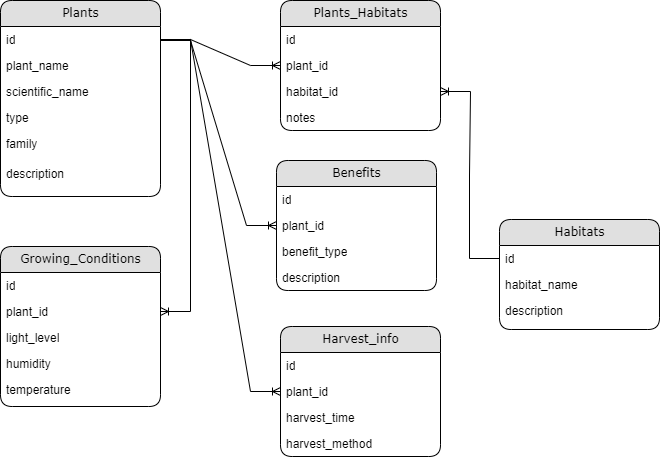
This is data_model.png from Crabikk/flora, a draw.io export, as it was before one commit. Source tidied: cells renumbered, new cells last; positions are measured from the earlier drawing's top-left corner, leaving out a move shared by most shapes.
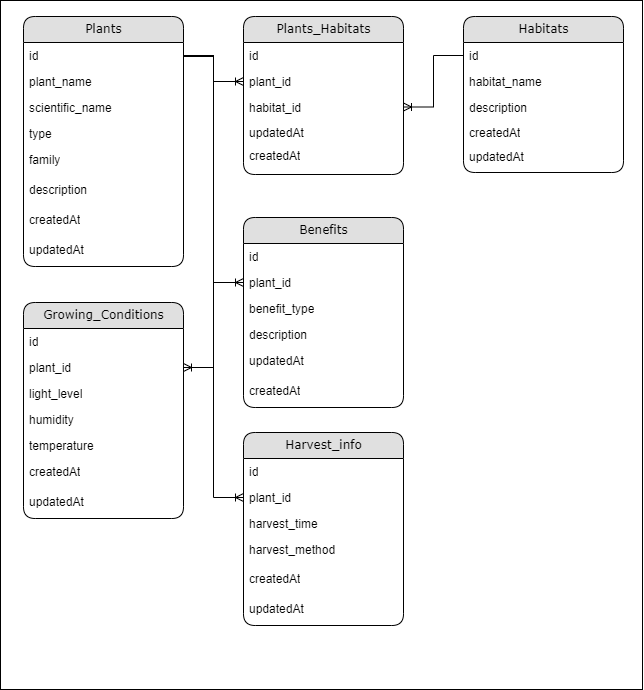
The same file after the commit.

Commit message:
обновление модели базы данных

Change to the diagram source:
```diff
@@ -2,8 +2,11 @@
   <root>
     <mxCell id="0" />
     <mxCell id="1" parent="0" />
+    <mxCell id="39" style="whiteSpace=wrap;html=1;" parent="1" vertex="1">
+      <mxGeometry x="98" y="60" width="642" height="689" as="geometry" />
+    </mxCell>
     <mxCell id="2" value="Plants" style="swimlane;html=1;fontStyle=0;horizontal=1;startSize=26;fillColor=#e0e0e0;swimlaneFillColor=#ffffff;align=center;rounded=1;shadow=0;comic=0;labelBackgroundColor=none;strokeWidth=1;fontFamily=Verdana;fontSize=12;" parent="1" vertex="1">
-      <mxGeometry width="160" height="196" as="geometry" />
+      <mxGeometry x="121" y="76" width="160" height="250" as="geometry" />
     </mxCell>
     <mxCell id="3" value="id" style="text;html=1;strokeColor=none;fillColor=none;spacingLeft=4;spacingRight=4;whiteSpace=wrap;overflow=hidden;points=[[0,0.5],[1,0.5]];portConstraint=eastwest;" parent="2" vertex="1">
       <mxGeometry y="26" width="160" height="26" as="geometry" />
@@ -23,8 +26,14 @@
     <mxCell id="8" value="description&lt;div&gt;&lt;br&gt;&lt;/div&gt;" style="text;html=1;strokeColor=none;fillColor=none;spacingLeft=4;spacingRight=4;whiteSpace=wrap;overflow=hidden;" parent="2" vertex="1">
       <mxGeometry y="160" width="160" height="30" as="geometry" />
     </mxCell>
+    <mxCell id="40" value="&lt;div&gt;createdAt&lt;/div&gt;" style="text;html=1;strokeColor=none;fillColor=none;spacingLeft=4;spacingRight=4;whiteSpace=wrap;overflow=hidden;" parent="2" vertex="1">
+      <mxGeometry y="190" width="160" height="30" as="geometry" />
+    </mxCell>
+    <mxCell id="41" value="&lt;div&gt;updatedAt&lt;/div&gt;" style="text;html=1;strokeColor=none;fillColor=none;spacingLeft=4;spacingRight=4;whiteSpace=wrap;overflow=hidden;" parent="2" vertex="1">
+      <mxGeometry y="220" width="160" height="30" as="geometry" />
+    </mxCell>
     <mxCell id="9" value="Habitats" style="swimlane;html=1;fontStyle=0;horizontal=1;startSize=26;fillColor=#e0e0e0;swimlaneFillColor=#ffffff;align=center;rounded=1;shadow=0;comic=0;labelBackgroundColor=none;strokeWidth=1;fontFamily=Verdana;fontSize=12;" parent="1" vertex="1">
-      <mxGeometry x="499" y="219" width="160" height="110" as="geometry" />
+      <mxGeometry x="561" y="76" width="160" height="156" as="geometry" />
     </mxCell>
     <mxCell id="10" value="id" style="text;html=1;strokeColor=none;fillColor=none;spacingLeft=4;spacingRight=4;whiteSpace=wrap;overflow=hidden;points=[[0,0.5],[1,0.5]];portConstraint=eastwest;" parent="9" vertex="1">
       <mxGeometry y="26" width="160" height="26" as="geometry" />
@@ -33,10 +42,16 @@
       <mxGeometry y="52" width="160" height="26" as="geometry" />
     </mxCell>
     <mxCell id="12" value="description" style="text;html=1;strokeColor=none;fillColor=none;spacingLeft=4;spacingRight=4;whiteSpace=wrap;overflow=hidden;" parent="9" vertex="1">
-      <mxGeometry y="78" width="160" height="26" as="geometry" />
+      <mxGeometry y="78" width="160" height="25" as="geometry" />
     </mxCell>
+    <mxCell id="42" value="&lt;div&gt;createdAt&lt;/div&gt;" style="text;html=1;strokeColor=none;fillColor=none;spacingLeft=4;spacingRight=4;whiteSpace=wrap;overflow=hidden;" parent="9" vertex="1">
+      <mxGeometry y="103" width="160" height="24" as="geometry" />
+    </mxCell>
+    <mxCell id="43" value="&lt;div&gt;updatedAt&lt;/div&gt;" style="text;html=1;strokeColor=none;fillColor=none;spacingLeft=4;spacingRight=4;whiteSpace=wrap;overflow=hidden;" parent="9" vertex="1">
+      <mxGeometry y="127" width="160" height="29" as="geometry" />
+    </mxCell>
     <mxCell id="13" value="Plants_Habitats" style="swimlane;html=1;fontStyle=0;horizontal=1;startSize=26;fillColor=#e0e0e0;swimlaneFillColor=#ffffff;align=center;rounded=1;shadow=0;comic=0;labelBackgroundColor=none;strokeWidth=1;fontFamily=Verdana;fontSize=12;" parent="1" vertex="1">
-      <mxGeometry x="280" width="160" height="130" as="geometry" />
+      <mxGeometry x="341" y="76" width="160" height="158" as="geometry" />
     </mxCell>
     <mxCell id="14" value="id" style="text;html=1;strokeColor=none;fillColor=none;spacingLeft=4;spacingRight=4;whiteSpace=wrap;overflow=hidden;" parent="13" vertex="1">
       <mxGeometry y="26" width="160" height="26" as="geometry" />
@@ -45,13 +60,16 @@
       <mxGeometry y="52" width="160" height="26" as="geometry" />
     </mxCell>
     <mxCell id="16" value="habitat_id" style="text;html=1;strokeColor=none;fillColor=none;spacingLeft=4;spacingRight=4;whiteSpace=wrap;overflow=hidden;points=[[0,0.5],[1,0.5]];portConstraint=eastwest;" parent="13" vertex="1">
-      <mxGeometry y="78" width="160" height="26" as="geometry" />
+      <mxGeometry y="78" width="160" height="25" as="geometry" />
     </mxCell>
-    <mxCell id="17" value="&lt;div&gt;notes&lt;/div&gt;" style="text;html=1;strokeColor=none;fillColor=none;spacingLeft=4;spacingRight=4;whiteSpace=wrap;overflow=hidden;" parent="13" vertex="1">
-      <mxGeometry y="104" width="160" height="26" as="geometry" />
-    </mxCell>
+    <mxCell id="44" value="&lt;div&gt;updatedAt&lt;/div&gt;" style="text;html=1;strokeColor=none;fillColor=none;spacingLeft=4;spacingRight=4;whiteSpace=wrap;overflow=hidden;" parent="13" vertex="1">
+      <mxGeometry y="103" width="160" height="23" as="geometry" />
+    </mxCell>
+    <mxCell id="45" value="&lt;div&gt;createdAt&lt;/div&gt;" style="text;html=1;strokeColor=none;fillColor=none;spacingLeft=4;spacingRight=4;whiteSpace=wrap;overflow=hidden;" parent="13" vertex="1">
+      <mxGeometry y="126" width="160" height="25" as="geometry" />
+    </mxCell>
     <mxCell id="18" value="Growing_Conditions" style="swimlane;html=1;fontStyle=0;horizontal=1;startSize=26;fillColor=#e0e0e0;swimlaneFillColor=#ffffff;align=center;rounded=1;shadow=0;comic=0;labelBackgroundColor=none;strokeWidth=1;fontFamily=Verdana;fontSize=12;" parent="1" vertex="1">
-      <mxGeometry y="246" width="160" height="160" as="geometry" />
+      <mxGeometry x="121" y="362" width="160" height="216" as="geometry" />
     </mxCell>
     <mxCell id="19" value="id" style="text;html=1;strokeColor=none;fillColor=none;spacingLeft=4;spacingRight=4;whiteSpace=wrap;overflow=hidden;" parent="18" vertex="1">
       <mxGeometry y="26" width="160" height="26" as="geometry" />
@@ -66,10 +84,16 @@
       <mxGeometry y="104" width="160" height="26" as="geometry" />
     </mxCell>
     <mxCell id="23" value="temperature" style="text;html=1;strokeColor=none;fillColor=none;spacingLeft=4;spacingRight=4;whiteSpace=wrap;overflow=hidden;" parent="18" vertex="1">
-      <mxGeometry y="130" width="160" height="30" as="geometry" />
+      <mxGeometry y="130" width="160" height="26" as="geometry" />
     </mxCell>
+    <mxCell id="46" value="&lt;div&gt;createdAt&lt;/div&gt;" style="text;html=1;strokeColor=none;fillColor=none;spacingLeft=4;spacingRight=4;whiteSpace=wrap;overflow=hidden;" parent="18" vertex="1">
+      <mxGeometry y="156" width="160" height="30" as="geometry" />
+    </mxCell>
+    <mxCell id="47" value="&lt;div&gt;updatedAt&lt;/div&gt;" style="text;html=1;strokeColor=none;fillColor=none;spacingLeft=4;spacingRight=4;whiteSpace=wrap;overflow=hidden;" parent="18" vertex="1">
+      <mxGeometry y="186" width="160" height="30" as="geometry" />
+    </mxCell>
     <mxCell id="24" value="Benefits" style="swimlane;html=1;fontStyle=0;horizontal=1;startSize=26;fillColor=#e0e0e0;swimlaneFillColor=#ffffff;align=center;rounded=1;shadow=0;comic=0;labelBackgroundColor=none;strokeWidth=1;fontFamily=Verdana;fontSize=12;" parent="1" vertex="1">
-      <mxGeometry x="276" y="160" width="160" height="130" as="geometry" />
+      <mxGeometry x="341" y="277" width="160" height="190" as="geometry" />
     </mxCell>
     <mxCell id="25" value="id" style="text;html=1;strokeColor=none;fillColor=none;spacingLeft=4;spacingRight=4;whiteSpace=wrap;overflow=hidden;" parent="24" vertex="1">
       <mxGeometry y="26" width="160" height="26" as="geometry" />
@@ -83,8 +107,14 @@
     <mxCell id="28" value="&lt;div&gt;description&lt;/div&gt;" style="text;html=1;strokeColor=none;fillColor=none;spacingLeft=4;spacingRight=4;whiteSpace=wrap;overflow=hidden;" parent="24" vertex="1">
       <mxGeometry y="104" width="160" height="26" as="geometry" />
     </mxCell>
+    <mxCell id="48" value="&lt;div&gt;updatedAt&lt;/div&gt;" style="text;html=1;strokeColor=none;fillColor=none;spacingLeft=4;spacingRight=4;whiteSpace=wrap;overflow=hidden;" parent="24" vertex="1">
+      <mxGeometry y="130" width="160" height="30" as="geometry" />
+    </mxCell>
+    <mxCell id="49" value="&lt;div&gt;createdAt&lt;/div&gt;" style="text;html=1;strokeColor=none;fillColor=none;spacingLeft=4;spacingRight=4;whiteSpace=wrap;overflow=hidden;" parent="24" vertex="1">
+      <mxGeometry y="160" width="160" height="30" as="geometry" />
+    </mxCell>
     <mxCell id="29" value="Harvest_info" style="swimlane;html=1;fontStyle=0;horizontal=1;startSize=26;fillColor=#e0e0e0;swimlaneFillColor=#ffffff;align=center;rounded=1;shadow=0;comic=0;labelBackgroundColor=none;strokeWidth=1;fontFamily=Verdana;fontSize=12;" parent="1" vertex="1">
-      <mxGeometry x="280" y="326" width="160" height="130" as="geometry" />
+      <mxGeometry x="341" y="492" width="160" height="193" as="geometry" />
     </mxCell>
     <mxCell id="30" value="id" style="text;html=1;strokeColor=none;fillColor=none;spacingLeft=4;spacingRight=4;whiteSpace=wrap;overflow=hidden;" parent="29" vertex="1">
       <mxGeometry y="26" width="160" height="26" as="geometry" />
@@ -96,31 +126,37 @@
       <mxGeometry y="78" width="160" height="26" as="geometry" />
     </mxCell>
     <mxCell id="33" value="&lt;div&gt;harvest_method&lt;/div&gt;&lt;div&gt;&lt;br&gt;&lt;/div&gt;" style="text;html=1;strokeColor=none;fillColor=none;spacingLeft=4;spacingRight=4;whiteSpace=wrap;overflow=hidden;" parent="29" vertex="1">
-      <mxGeometry y="104" width="160" height="26" as="geometry" />
+      <mxGeometry y="104" width="160" height="29" as="geometry" />
     </mxCell>
+    <mxCell id="50" value="&lt;div&gt;createdAt&lt;/div&gt;" style="text;html=1;strokeColor=none;fillColor=none;spacingLeft=4;spacingRight=4;whiteSpace=wrap;overflow=hidden;" parent="29" vertex="1">
+      <mxGeometry y="133" width="160" height="30" as="geometry" />
+    </mxCell>
+    <mxCell id="51" value="&lt;div&gt;updatedAt&lt;/div&gt;" style="text;html=1;strokeColor=none;fillColor=none;spacingLeft=4;spacingRight=4;whiteSpace=wrap;overflow=hidden;" parent="29" vertex="1">
+      <mxGeometry y="163" width="160" height="30" as="geometry" />
+    </mxCell>
     <mxCell id="34" style="edgeStyle=entityRelationEdgeStyle;fontSize=12;html=1;endArrow=ERoneToMany;rounded=0;exitX=1;exitY=0.5;exitDx=0;exitDy=0;entryX=0;entryY=0.5;entryDx=0;entryDy=0;" parent="1" edge="1" source="3" target="15">
       <mxGeometry relative="1" as="geometry" />
     </mxCell>
     <mxCell id="35" style="edgeStyle=entityRelationEdgeStyle;fontSize=12;html=1;endArrow=ERoneToMany;rounded=0;entryX=0;entryY=0.5;entryDx=0;entryDy=0;" parent="1" edge="1" target="26">
       <mxGeometry relative="1" as="geometry">
-        <mxPoint x="160" y="40" as="sourcePoint" />
+        <mxPoint x="281" y="116" as="sourcePoint" />
       </mxGeometry>
     </mxCell>
     <mxCell id="36" style="edgeStyle=entityRelationEdgeStyle;fontSize=12;html=1;endArrow=ERoneToMany;rounded=0;exitX=1;exitY=0.5;exitDx=0;exitDy=0;entryX=1;entryY=0.5;entryDx=0;entryDy=0;" parent="1" edge="1" source="3" target="20">
       <mxGeometry relative="1" as="geometry">
         <Array as="points">
-          <mxPoint x="250" y="466" />
+          <mxPoint x="371" y="542" />
         </Array>
       </mxGeometry>
     </mxCell>
     <mxCell id="37" style="edgeStyle=entityRelationEdgeStyle;fontSize=12;html=1;endArrow=ERoneToMany;rounded=0;exitX=1;exitY=0.5;exitDx=0;exitDy=0;entryX=0;entryY=0.5;entryDx=0;entryDy=0;" parent="1" edge="1" source="3" target="31">
       <mxGeometry relative="1" as="geometry">
         <Array as="points">
-          <mxPoint x="340" y="186" />
+          <mxPoint x="461" y="262" />
         </Array>
       </mxGeometry>
     </mxCell>
-    <mxCell id="38" style="edgeStyle=entityRelationEdgeStyle;fontSize=12;html=1;endArrow=ERoneToMany;rounded=0;entryX=1;entryY=0.5;entryDx=0;entryDy=0;exitX=0;exitY=0.5;exitDx=0;exitDy=0;" parent="1" edge="1" source="10" target="16">
+    <mxCell id="38" style="edgeStyle=entityRelationEdgeStyle;fontSize=12;html=1;endArrow=ERoneToMany;rounded=0;exitX=0;exitY=0.5;exitDx=0;exitDy=0;" parent="1" edge="1" source="10" target="16">
       <mxGeometry relative="1" as="geometry" />
     </mxCell>
   </root>
```
